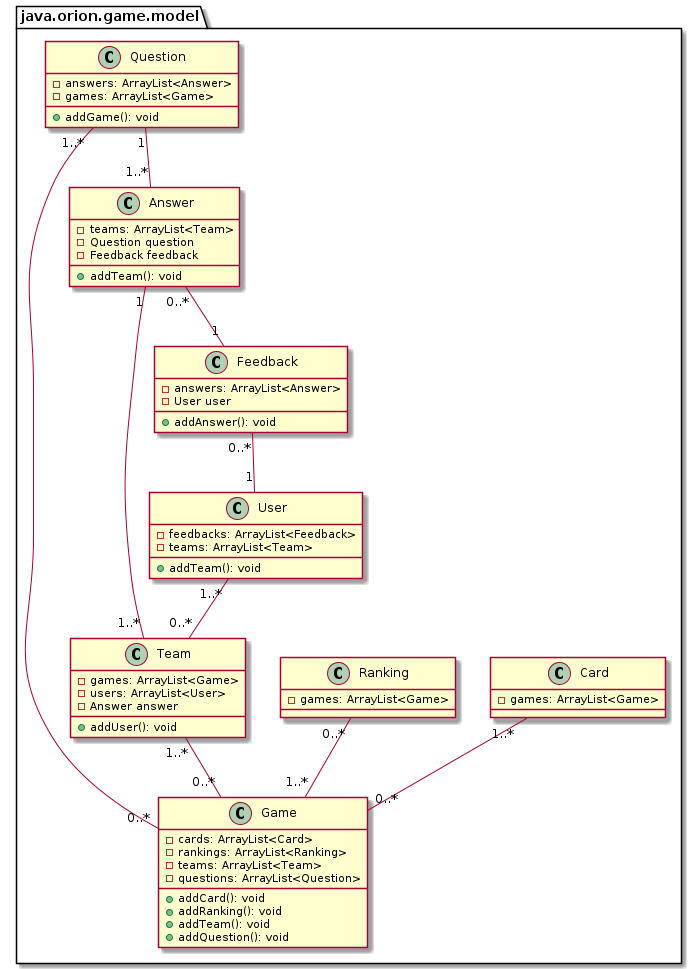
Above: docs/diagram.png in orion-services/game (PlantUML), before the change.
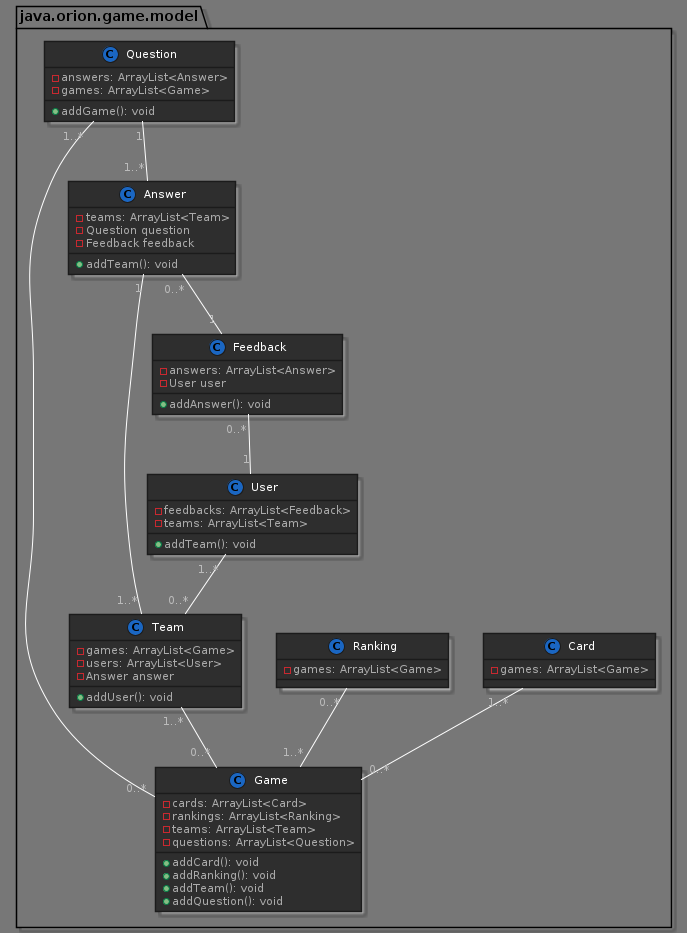
Above is the later version.

What changed in the source:
```diff
@@ -1,4 +1,6 @@
 @startuml
+!define DARKBLUE
+!include https://raw.githubusercontent.com/Drakemor/RedDress-PlantUML/master/style.puml
 
 package java.orion.game.model {
     class Game {
```
